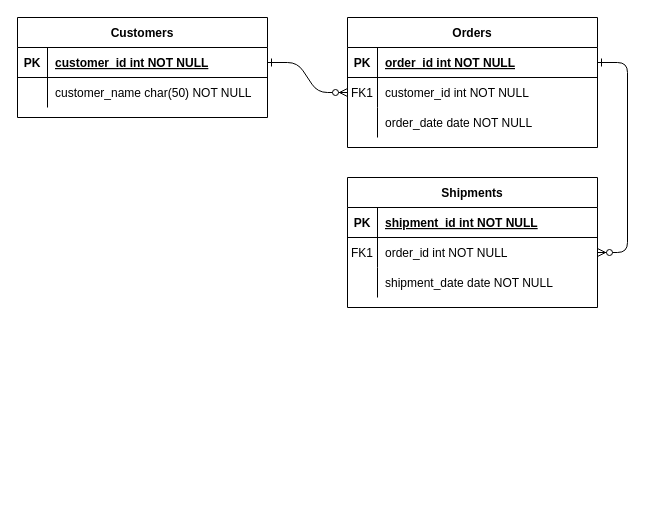
niflAkuy/MonitoringMagang keeps this draw.io diagram as ERD_MonitoringMagang.drawio. Above is the earlier version. Source tidied: cells renumbered, new cells numbered last; positions are measured from the earlier drawing's top-left corner, leaving out a move shared by most shapes. Both pictures are drawn from the tidied source at 100%, with x=0, y=0 at pixel (17, 17).
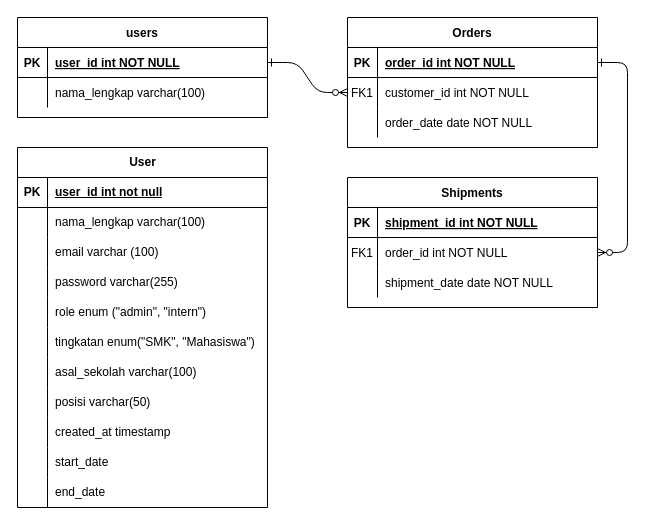
The same diagram, later.

The change refers to these unchanged cells:
```xml
<mxCell id="25" style="shape=partialRectangle;fillColor=none;points=[[0,0.5],[1,0.5]];portConstraint=eastwest;top=0;left=0;right=0;bottom=1;" parent="24" vertex="1">
  <mxGeometry y="30" width="250" height="30" as="geometry" />
</mxCell>
<mxCell id="28" style="shape=partialRectangle;fillColor=none;top=0;left=0;right=0;bottom=0;" parent="24" vertex="1">
  <mxGeometry y="60" width="250" height="30" as="geometry" />
</mxCell>
```

The edit, as a diff of the source:
```diff
@@
-    <mxCell id="24" value="Customers" style="shape=table;startSize=30;childLayout=tableLayout;rowLines=0;fontStyle=1;align=center;" parent="1" vertex="1">
+    <mxCell id="24" value="users" style="shape=table;startSize=30;childLayout=tableLayout;rowLines=0;fontStyle=1;align=center;" parent="1" vertex="1">
       <mxGeometry width="250" height="100" as="geometry" />
     </mxCell>
@@
-    <mxCell id="27" value="customer_id int NOT NULL " style="shape=partialRectangle;overflow=hidden;fillColor=none;top=0;left=0;bottom=0;right=0;align=left;spacingLeft=6;fontStyle=5;" parent="25" vertex="1">
+    <mxCell id="27" value="user_id int NOT NULL " style="shape=partialRectangle;overflow=hidden;fillColor=none;top=0;left=0;bottom=0;right=0;align=left;spacingLeft=6;fontStyle=5;" parent="25" vertex="1">
       <mxGeometry x="30" width="220" height="30" as="geometry" />
     </mxCell>
@@
-    <mxCell id="30" value="customer_name char(50) NOT NULL" style="shape=partialRectangle;overflow=hidden;fillColor=none;top=0;left=0;bottom=0;right=0;align=left;spacingLeft=6;" parent="28" vertex="1">
+    <mxCell id="30" value="nama_lengkap varchar(100)" style="shape=partialRectangle;overflow=hidden;fillColor=none;top=0;left=0;bottom=0;right=0;align=left;spacingLeft=6;" parent="28" vertex="1">
       <mxGeometry x="30" width="220" height="30" as="geometry" />
     </mxCell>
+    <mxCell id="31" value="User" style="shape=table;startSize=30;childLayout=tableLayout;rowLines=0;fontStyle=1;align=center;html=1;" parent="1" vertex="1">
+      <mxGeometry y="130" width="250" height="360" as="geometry" />
+    </mxCell>
+    <mxCell id="32" style="shape=tableRow;horizontal=0;startSize=0;swimlaneHead=0;swimlaneBody=0;fillColor=none;top=0;left=0;right=0;bottom=1;" parent="31" vertex="1">
+      <mxGeometry y="30" width="250" height="30" as="geometry" />
+    </mxCell>
+    <mxCell id="33" value="PK" style="shape=partialRectangle;fillColor=none;top=0;left=0;bottom=0;right=0;fontStyle=1;overflow=hidden;whiteSpace=wrap;html=1;" parent="32" vertex="1">
+      <mxGeometry width="30" height="30" as="geometry" />
+    </mxCell>
+    <mxCell id="34" value="user_id int not null" style="shape=partialRectangle;fillColor=none;top=0;left=0;bottom=0;right=0;align=left;spacingLeft=6;fontStyle=5;overflow=hidden;whiteSpace=wrap;html=1;" parent="32" vertex="1">
+      <mxGeometry x="30" width="220" height="30" as="geometry" />
+    </mxCell>
+    <mxCell id="35" style="shape=tableRow;horizontal=0;startSize=0;swimlaneHead=0;swimlaneBody=0;fillColor=none;top=0;left=0;right=0;bottom=0;" parent="31" vertex="1">
+      <mxGeometry y="60" width="250" height="30" as="geometry" />
+    </mxCell>
+    <mxCell id="36" style="shape=partialRectangle;fillColor=none;top=0;left=0;bottom=0;right=0;overflow=hidden;whiteSpace=wrap;html=1;" parent="35" vertex="1">
+      <mxGeometry width="30" height="30" as="geometry" />
+    </mxCell>
+    <mxCell id="37" value="&lt;span style=&quot;text-wrap-mode: nowrap;&quot;&gt;nama_lengkap varchar(100)&lt;/span&gt;" style="shape=partialRectangle;fillColor=none;top=0;left=0;bottom=0;right=0;align=left;spacingLeft=6;overflow=hidden;whiteSpace=wrap;html=1;" parent="35" vertex="1">
+      <mxGeometry x="30" width="220" height="30" as="geometry" />
+    </mxCell>
+    <mxCell id="38" style="shape=tableRow;horizontal=0;startSize=0;swimlaneHead=0;swimlaneBody=0;fillColor=none;top=0;left=0;right=0;bottom=0;" parent="31" vertex="1">
+      <mxGeometry y="90" width="250" height="30" as="geometry" />
+    </mxCell>
+    <mxCell id="39" style="shape=partialRectangle;fillColor=none;top=0;left=0;bottom=0;right=0;overflow=hidden;whiteSpace=wrap;html=1;" parent="38" vertex="1">
+      <mxGeometry width="30" height="30" as="geometry" />
+    </mxCell>
+    <mxCell id="40" value="email varchar (100)" style="shape=partialRectangle;fillColor=none;top=0;left=0;bottom=0;right=0;align=left;spacingLeft=6;overflow=hidden;whiteSpace=wrap;html=1;" parent="38" vertex="1">
+      <mxGeometry x="30" width="220" height="30" as="geometry" />
+    </mxCell>
+    <mxCell id="41" style="shape=tableRow;horizontal=0;startSize=0;swimlaneHead=0;swimlaneBody=0;fillColor=none;top=0;left=0;right=0;bottom=0;" parent="31" vertex="1">
+      <mxGeometry y="120" width="250" height="30" as="geometry" />
+    </mxCell>
+    <mxCell id="42" style="shape=partialRectangle;fillColor=none;top=0;left=0;bottom=0;right=0;overflow=hidden;whiteSpace=wrap;html=1;" parent="41" vertex="1">
+      <mxGeometry width="30" height="30" as="geometry" />
+    </mxCell>
+    <mxCell id="43" value="password varchar(255)" style="shape=partialRectangle;fillColor=none;top=0;left=0;bottom=0;right=0;align=left;spacingLeft=6;overflow=hidden;whiteSpace=wrap;html=1;" parent="41" vertex="1">
+      <mxGeometry x="30" width="220" height="30" as="geometry" />
+    </mxCell>
+    <mxCell id="44" style="shape=tableRow;horizontal=0;startSize=0;swimlaneHead=0;swimlaneBody=0;fillColor=none;top=0;left=0;right=0;bottom=0;" parent="31" vertex="1">
+      <mxGeometry y="150" width="250" height="30" as="geometry" />
+    </mxCell>
+    <mxCell id="45" style="shape=partialRectangle;fillColor=none;top=0;left=0;bottom=0;right=0;overflow=hidden;whiteSpace=wrap;html=1;" parent="44" vertex="1">
+      <mxGeometry width="30" height="30" as="geometry" />
+    </mxCell>
+    <mxCell id="46" value="role enum (&quot;admin&quot;, &quot;intern&quot;)" style="shape=partialRectangle;fillColor=none;top=0;left=0;bottom=0;right=0;align=left;spacingLeft=6;overflow=hidden;whiteSpace=wrap;html=1;" parent="44" vertex="1">
+      <mxGeometry x="30" width="220" height="30" as="geometry" />
+    </mxCell>
+    <mxCell id="47" style="shape=tableRow;horizontal=0;startSize=0;swimlaneHead=0;swimlaneBody=0;fillColor=none;top=0;left=0;right=0;bottom=0;" parent="31" vertex="1">
+      <mxGeometry y="180" width="250" height="30" as="geometry" />
+    </mxCell>
+    <mxCell id="48" style="shape=partialRectangle;fillColor=none;top=0;left=0;bottom=0;right=0;overflow=hidden;whiteSpace=wrap;html=1;" parent="47" vertex="1">
+      <mxGeometry width="30" height="30" as="geometry" />
+    </mxCell>
+    <mxCell id="49" value="tingkatan enum(&quot;SMK&quot;, &quot;Mahasiswa&quot;)" style="shape=partialRectangle;fillColor=none;top=0;left=0;bottom=0;right=0;align=left;spacingLeft=6;overflow=hidden;whiteSpace=wrap;html=1;" parent="47" vertex="1">
+      <mxGeometry x="30" width="220" height="30" as="geometry" />
+    </mxCell>
+    <mxCell id="50" style="shape=tableRow;horizontal=0;startSize=0;swimlaneHead=0;swimlaneBody=0;fillColor=none;top=0;left=0;right=0;bottom=0;" parent="31" vertex="1">
+      <mxGeometry y="210" width="250" height="30" as="geometry" />
+    </mxCell>
+    <mxCell id="51" style="shape=partialRectangle;fillColor=none;top=0;left=0;bottom=0;right=0;overflow=hidden;whiteSpace=wrap;html=1;" parent="50" vertex="1">
+      <mxGeometry width="30" height="30" as="geometry" />
+    </mxCell>
+    <mxCell id="52" value="asal_sekolah varchar(100)" style="shape=partialRectangle;fillColor=none;top=0;left=0;bottom=0;right=0;align=left;spacingLeft=6;overflow=hidden;whiteSpace=wrap;html=1;" parent="50" vertex="1">
+      <mxGeometry x="30" width="220" height="30" as="geometry" />
+    </mxCell>
+    <mxCell id="53" style="shape=tableRow;horizontal=0;startSize=0;swimlaneHead=0;swimlaneBody=0;fillColor=none;top=0;left=0;right=0;bottom=0;" parent="31" vertex="1">
+      <mxGeometry y="240" width="250" height="30" as="geometry" />
+    </mxCell>
+    <mxCell id="54" style="shape=partialRectangle;fillColor=none;top=0;left=0;bottom=0;right=0;overflow=hidden;whiteSpace=wrap;html=1;" parent="53" vertex="1">
+      <mxGeometry width="30" height="30" as="geometry" />
+    </mxCell>
+    <mxCell id="55" value="posisi varchar(50)" style="shape=partialRectangle;fillColor=none;top=0;left=0;bottom=0;right=0;align=left;spacingLeft=6;overflow=hidden;whiteSpace=wrap;html=1;" parent="53" vertex="1">
+      <mxGeometry x="30" width="220" height="30" as="geometry" />
+    </mxCell>
+    <mxCell id="56" style="shape=tableRow;horizontal=0;startSize=0;swimlaneHead=0;swimlaneBody=0;fillColor=none;top=0;left=0;right=0;bottom=0;" parent="31" vertex="1">
+      <mxGeometry y="270" width="250" height="30" as="geometry" />
+    </mxCell>
+    <mxCell id="57" style="shape=partialRectangle;fillColor=none;top=0;left=0;bottom=0;right=0;overflow=hidden;whiteSpace=wrap;html=1;" parent="56" vertex="1">
+      <mxGeometry width="30" height="30" as="geometry" />
+    </mxCell>
+    <mxCell id="58" value="created_at timestamp" style="shape=partialRectangle;fillColor=none;top=0;left=0;bottom=0;right=0;align=left;spacingLeft=6;overflow=hidden;whiteSpace=wrap;html=1;" parent="56" vertex="1">
+      <mxGeometry x="30" width="220" height="30" as="geometry" />
+    </mxCell>
+    <mxCell id="59" style="shape=tableRow;horizontal=0;startSize=0;swimlaneHead=0;swimlaneBody=0;fillColor=none;top=0;left=0;right=0;bottom=0;" parent="31" vertex="1">
+      <mxGeometry y="300" width="250" height="30" as="geometry" />
+    </mxCell>
+    <mxCell id="60" style="shape=partialRectangle;fillColor=none;top=0;left=0;bottom=0;right=0;overflow=hidden;whiteSpace=wrap;html=1;" parent="59" vertex="1">
+      <mxGeometry width="30" height="30" as="geometry" />
+    </mxCell>
+    <mxCell id="61" value="start_date&amp;nbsp;" style="shape=partialRectangle;fillColor=none;top=0;left=0;bottom=0;right=0;align=left;spacingLeft=6;overflow=hidden;whiteSpace=wrap;html=1;" parent="59" vertex="1">
+      <mxGeometry x="30" width="220" height="30" as="geometry" />
+    </mxCell>
+    <mxCell id="62" style="shape=tableRow;horizontal=0;startSize=0;swimlaneHead=0;swimlaneBody=0;fillColor=none;top=0;left=0;right=0;bottom=0;" parent="31" vertex="1">
+      <mxGeometry y="330" width="250" height="30" as="geometry" />
+    </mxCell>
+    <mxCell id="63" style="shape=partialRectangle;fillColor=none;top=0;left=0;bottom=0;right=0;overflow=hidden;whiteSpace=wrap;html=1;" parent="62" vertex="1">
+      <mxGeometry width="30" height="30" as="geometry" />
+    </mxCell>
+    <mxCell id="64" value="end_date" style="shape=partialRectangle;fillColor=none;top=0;left=0;bottom=0;right=0;align=left;spacingLeft=6;overflow=hidden;whiteSpace=wrap;html=1;" parent="62" vertex="1">
+      <mxGeometry x="30" width="220" height="30" as="geometry" />
+    </mxCell>
```
